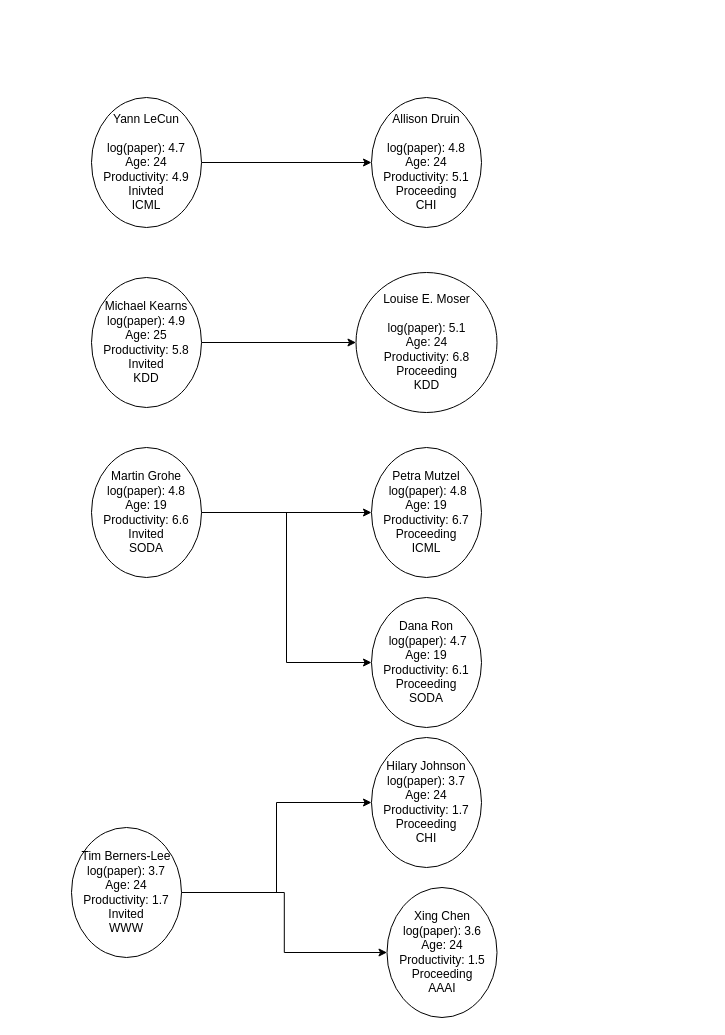
The draw.io diagram Similarity.drawio in mariespedersen/Thesis_github, before the edit. Source tidied: cells renumbered, new cells numbered last; positions are measured from the earlier drawing's top-left corner, leaving out a move shared by most shapes. Both pictures are drawn from the tidied source at 100%, with x=0, y=0 at pixel (71, 97).
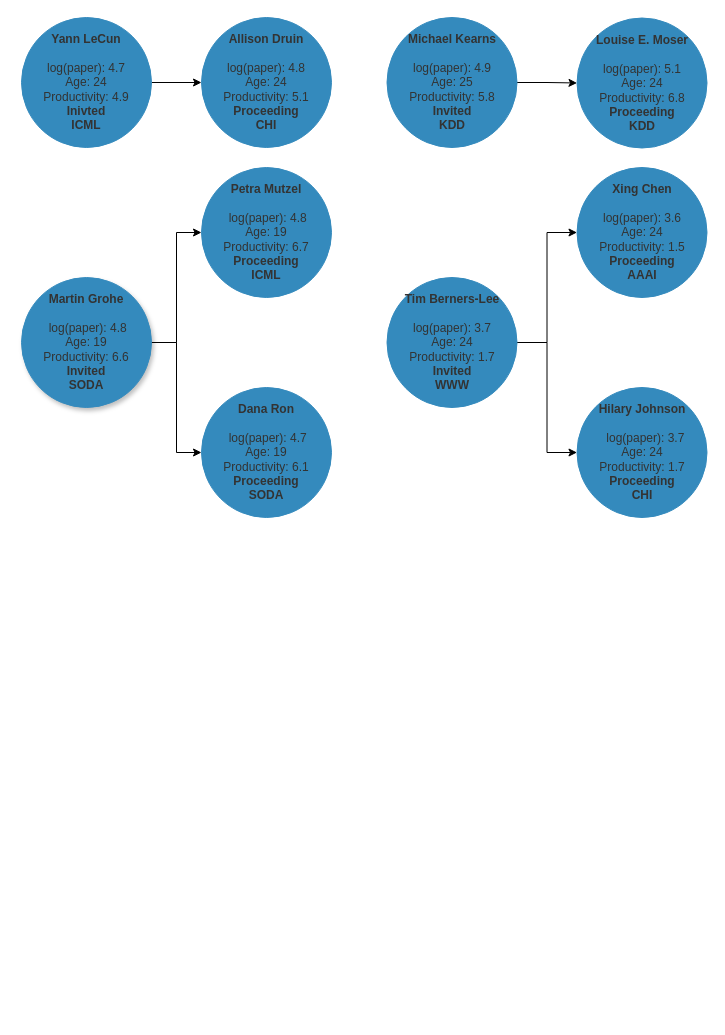
Above is the later version.

What changed in the source:
```diff
@@
 <mxGraphModel>
   <root>
     <mxCell id="0" />
     <mxCell id="1" parent="0" />
-    <mxCell id="2" style="edgeStyle=orthogonalEdgeStyle;rounded=0;jettySize=auto;html=1;entryX=0;entryY=0.5;entryDx=0;entryDy=0;" parent="1" edge="1" source="3" target="4">
+    <mxCell id="2" style="edgeStyle=orthogonalEdgeStyle;rounded=0;jettySize=auto;html=1;entryX=0;entryY=0.5;entryDx=0;entryDy=0;labelBackgroundColor=none;strokeColor=#000000;fontColor=#333333;" parent="1" edge="1" source="3" target="4">
       <mxGeometry relative="1" as="geometry" />
     </mxCell>
-    <mxCell id="3" value="Yann LeCun&lt;br&gt;&lt;br&gt;log(paper): 4.7&lt;br&gt;Age: 24&lt;br&gt;Productivity: 4.9&lt;br&gt;Inivted&lt;br&gt;ICML" style="ellipse;whiteSpace=wrap;html=1;" parent="1" vertex="1">
-      <mxGeometry x="20" width="110" height="130" as="geometry" />
+    <mxCell id="3" value="&lt;b&gt;Yann LeCun&lt;/b&gt;&lt;br&gt;&lt;br&gt;&lt;font&gt;log(paper): 4.7&lt;br&gt;Age: 24&lt;br&gt;Productivity: 4.9&lt;/font&gt;&lt;br&gt;&lt;b&gt;Inivted&lt;br&gt;ICML&lt;/b&gt;" style="ellipse;whiteSpace=wrap;html=1;labelBackgroundColor=none;fillColor=#348ABD;strokeColor=#348abd;fontColor=#333333;gradientColor=none;" parent="1" vertex="1">
+      <mxGeometry x="-50" y="-80" width="130" height="130" as="geometry" />
     </mxCell>
-    <mxCell id="4" value="Allison Druin&lt;br&gt;&lt;br&gt;log(paper): 4.8&lt;br&gt;Age: 24&lt;br&gt;Productivity: 5.1&lt;br&gt;Proceeding&lt;br&gt;CHI" style="ellipse;whiteSpace=wrap;html=1;" parent="1" vertex="1">
-      <mxGeometry x="300" width="110" height="130" as="geometry" />
+    <mxCell id="4" value="&lt;b&gt;Allison Druin&lt;/b&gt;&lt;br&gt;&lt;br&gt;&lt;font&gt;log(paper): 4.8&lt;br&gt;Age: 24&lt;br&gt;Productivity: 5.1&lt;/font&gt;&lt;br&gt;&lt;b&gt;Proceeding&lt;br&gt;CHI&lt;/b&gt;" style="ellipse;whiteSpace=wrap;html=1;labelBackgroundColor=none;fillColor=#348ABD;strokeColor=#348abd;fontColor=#333333;gradientColor=none;" parent="1" vertex="1">
+      <mxGeometry x="130" y="-80" width="130" height="130" as="geometry" />
     </mxCell>
-    <mxCell id="5" style="edgeStyle=orthogonalEdgeStyle;rounded=0;jettySize=auto;html=1;" parent="1" edge="1" source="6" target="7">
+    <mxCell id="5" style="edgeStyle=orthogonalEdgeStyle;rounded=0;jettySize=auto;html=1;labelBackgroundColor=none;strokeColor=#000000;fontColor=#333333;" parent="1" edge="1" source="6" target="7">
       <mxGeometry relative="1" as="geometry" />
     </mxCell>
-    <mxCell id="6" value="Michael Kearns&lt;br&gt;log(paper): 4.9&lt;br&gt;Age: 25&lt;br&gt;Productivity: 5.8&lt;br&gt;Invited&lt;br&gt;KDD" style="ellipse;whiteSpace=wrap;html=1;" parent="1" vertex="1">
-      <mxGeometry x="20" y="180" width="110" height="130" as="geometry" />
+    <mxCell id="6" value="&lt;b&gt;Michael Kearns&lt;/b&gt;&lt;br&gt;&lt;br&gt;log(paper): 4.9&lt;br&gt;Age: 25&lt;br&gt;Productivity: 5.8&lt;br&gt;&lt;b&gt;Invited&lt;br&gt;KDD&lt;/b&gt;" style="ellipse;whiteSpace=wrap;html=1;labelBackgroundColor=none;fillColor=#348ABD;strokeColor=#348abd;fontColor=#333333;gradientColor=none;" parent="1" vertex="1">
+      <mxGeometry x="315.5" y="-80" width="130" height="130" as="geometry" />
     </mxCell>
-    <mxCell id="7" value="Louise E. Moser&lt;br&gt;&lt;br&gt;log(paper): 5.1&lt;br&gt;Age: 24&lt;br&gt;Productivity: 6.8&lt;br&gt;Proceeding&lt;br&gt;KDD" style="ellipse;whiteSpace=wrap;html=1;" parent="1" vertex="1">
-      <mxGeometry x="284.5" y="175" width="141" height="140" as="geometry" />
+    <mxCell id="7" value="&lt;b&gt;Louise E. Moser&lt;/b&gt;&lt;br&gt;&lt;br&gt;log(paper): 5.1&lt;br&gt;Age: 24&lt;br&gt;Productivity: 6.8&lt;br&gt;&lt;b&gt;Proceeding&lt;br&gt;KDD&lt;/b&gt;" style="ellipse;whiteSpace=wrap;html=1;labelBackgroundColor=none;fillColor=#348ABD;strokeColor=#348abd;fontColor=#333333;gradientColor=none;" parent="1" vertex="1">
+      <mxGeometry x="505.5" y="-79.5" width="130" height="130" as="geometry" />
     </mxCell>
-    <mxCell id="8" style="edgeStyle=orthogonalEdgeStyle;rounded=0;jettySize=auto;html=1;entryX=0;entryY=0.5;entryDx=0;entryDy=0;" parent="1" edge="1" source="10" target="11">
+    <mxCell id="8" style="edgeStyle=orthogonalEdgeStyle;rounded=0;jettySize=auto;html=1;entryX=0;entryY=0.5;entryDx=0;entryDy=0;labelBackgroundColor=none;strokeColor=#000000;fontColor=#333333;" parent="1" edge="1" source="10" target="11">
       <mxGeometry relative="1" as="geometry" />
     </mxCell>
-    <mxCell id="9" style="edgeStyle=orthogonalEdgeStyle;rounded=0;jettySize=auto;html=1;exitX=1;exitY=0.5;exitDx=0;exitDy=0;entryX=0;entryY=0.5;entryDx=0;entryDy=0;" parent="1" edge="1" source="10" target="12">
+    <mxCell id="9" style="edgeStyle=orthogonalEdgeStyle;rounded=0;jettySize=auto;html=1;exitX=1;exitY=0.5;exitDx=0;exitDy=0;entryX=0;entryY=0.5;entryDx=0;entryDy=0;labelBackgroundColor=none;strokeColor=#000000;fontColor=#333333;" parent="1" edge="1" source="10" target="12">
       <mxGeometry relative="1" as="geometry" />
     </mxCell>
-    <mxCell id="10" value="Martin Grohe log(paper): 4.8&lt;br&gt;Age: 19&lt;br&gt;Productivity: 6.6&lt;br&gt;Invited&lt;br&gt;SODA" style="ellipse;whiteSpace=wrap;html=1;" parent="1" vertex="1">
-      <mxGeometry x="20" y="350" width="110" height="130" as="geometry" />
+    <mxCell id="10" value="&lt;b&gt;Martin Grohe&lt;br&gt;&lt;/b&gt;&lt;br&gt;&amp;nbsp;log(paper): 4.8&lt;br&gt;Age: 19&lt;br&gt;Productivity: 6.6&lt;br&gt;&lt;b&gt;Invited&lt;br&gt;SODA&lt;/b&gt;" style="ellipse;whiteSpace=wrap;html=1;labelBackgroundColor=none;fillColor=#348ABD;strokeColor=#348abd;fontColor=#333333;shadow=1;gradientColor=none;" parent="1" vertex="1">
+      <mxGeometry x="-50" y="180" width="130" height="130" as="geometry" />
     </mxCell>
-    <mxCell id="11" value="Petra Mutzel&lt;br&gt;&amp;nbsp;log(paper): 4.8&lt;br&gt;Age: 19&lt;br&gt;Productivity: 6.7&lt;br&gt;Proceeding&lt;br&gt;ICML" style="ellipse;whiteSpace=wrap;html=1;" parent="1" vertex="1">
-      <mxGeometry x="300" y="350" width="110" height="130" as="geometry" />
+    <mxCell id="11" value="&lt;b&gt;Petra Mutzel&lt;br&gt;&lt;/b&gt;&lt;br&gt;&amp;nbsp;log(paper): 4.8&lt;br&gt;Age: 19&lt;br&gt;Productivity: 6.7&lt;br&gt;&lt;b&gt;Proceeding&lt;br&gt;ICML&lt;/b&gt;" style="ellipse;whiteSpace=wrap;html=1;labelBackgroundColor=none;fillColor=#348ABD;strokeColor=#348abd;fontColor=#333333;gradientColor=none;" parent="1" vertex="1">
+      <mxGeometry x="130" y="70" width="130" height="130" as="geometry" />
     </mxCell>
-    <mxCell id="12" value="Dana Ron&lt;br&gt;&amp;nbsp;log(paper): 4.7&lt;br&gt;Age: 19&lt;br&gt;Productivity: 6.1&lt;br&gt;Proceeding&lt;br&gt;SODA" style="ellipse;whiteSpace=wrap;html=1;" parent="1" vertex="1">
-      <mxGeometry x="300" y="500" width="110" height="130" as="geometry" />
+    <mxCell id="12" value="&lt;b&gt;Dana Ron&lt;/b&gt;&lt;br&gt;&lt;br&gt;&amp;nbsp;log(paper): 4.7&lt;br&gt;Age: 19&lt;br&gt;Productivity: 6.1&lt;br&gt;&lt;b&gt;Proceeding&lt;br&gt;SODA&lt;/b&gt;" style="ellipse;whiteSpace=wrap;html=1;labelBackgroundColor=none;fillColor=#348ABD;strokeColor=#348abd;fontColor=#333333;gradientColor=none;" parent="1" vertex="1">
+      <mxGeometry x="130" y="290" width="130" height="130" as="geometry" />
     </mxCell>
-    <mxCell id="13" style="edgeStyle=orthogonalEdgeStyle;rounded=0;jettySize=auto;html=1;" parent="1" edge="1" source="15" target="16">
+    <mxCell id="13" style="edgeStyle=orthogonalEdgeStyle;rounded=0;jettySize=auto;html=1;labelBackgroundColor=none;strokeColor=#000000;fontColor=#333333;" parent="1" edge="1" source="15" target="16">
       <mxGeometry relative="1" as="geometry" />
     </mxCell>
-    <mxCell id="14" style="edgeStyle=orthogonalEdgeStyle;rounded=0;jettySize=auto;html=1;entryX=0;entryY=0.5;entryDx=0;entryDy=0;" parent="1" edge="1" source="15" target="17">
+    <mxCell id="14" style="edgeStyle=orthogonalEdgeStyle;rounded=0;jettySize=auto;html=1;entryX=0;entryY=0.5;entryDx=0;entryDy=0;labelBackgroundColor=none;strokeColor=#000000;fontColor=#333333;" parent="1" edge="1" source="15" target="17">
       <mxGeometry relative="1" as="geometry" />
     </mxCell>
-    <mxCell id="15" value="Tim Berners-Lee log(paper): 3.7&lt;br&gt;Age: 24&lt;br&gt;Productivity: 1.7&lt;br&gt;Invited&lt;br&gt;WWW" style="ellipse;whiteSpace=wrap;html=1;" parent="1" vertex="1">
-      <mxGeometry y="730" width="110" height="130" as="geometry" />
+    <mxCell id="15" value="&lt;b&gt;Tim Berners-Lee &lt;br&gt;&lt;/b&gt;&lt;br&gt;log(paper): 3.7&lt;br&gt;Age: 24&lt;br&gt;Productivity: 1.7&lt;br&gt;&lt;b&gt;Invited&lt;br&gt;WWW&lt;/b&gt;" style="ellipse;whiteSpace=wrap;html=1;labelBackgroundColor=none;fillColor=#348ABD;strokeColor=#348abd;fontColor=#333333;gradientColor=none;" parent="1" vertex="1">
+      <mxGeometry x="315.5" y="180" width="130" height="130" as="geometry" />
     </mxCell>
-    <mxCell id="16" value="Hilary Johnson log(paper): 3.7&lt;br&gt;Age: 24&lt;br&gt;Productivity: 1.7&lt;br&gt;Proceeding&lt;br&gt;CHI" style="ellipse;whiteSpace=wrap;html=1;" parent="1" vertex="1">
-      <mxGeometry x="300" y="640" width="110" height="130" as="geometry" />
+    <mxCell id="16" value="&lt;b&gt;Hilary Johnson&lt;br&gt;&lt;br&gt;&amp;nbsp;&amp;nbsp;&lt;/b&gt;log(paper): 3.7&lt;br&gt;Age: 24&lt;br&gt;Productivity: 1.7&lt;br&gt;&lt;b&gt;Proceeding&lt;br&gt;CHI&lt;/b&gt;" style="ellipse;whiteSpace=wrap;html=1;labelBackgroundColor=none;fillColor=#348ABD;strokeColor=#348abd;fontColor=#333333;gradientColor=none;" parent="1" vertex="1">
+      <mxGeometry x="505.5" y="290" width="130" height="130" as="geometry" />
     </mxCell>
-    <mxCell id="17" value="Xing Chen log(paper): 3.6&lt;br&gt;Age: 24&lt;br&gt;Productivity: 1.5&lt;br&gt;Proceeding&lt;br&gt;AAAI" style="ellipse;whiteSpace=wrap;html=1;" parent="1" vertex="1">
-      <mxGeometry x="315.5" y="790" width="110" height="130" as="geometry" />
+    <mxCell id="17" value="&lt;b&gt;Xing Chen &lt;br&gt;&lt;/b&gt;&lt;br&gt;log(paper): 3.6&lt;br&gt;Age: 24&lt;br&gt;Productivity: 1.5&lt;br&gt;&lt;b&gt;Proceeding&lt;br&gt;AAAI&lt;/b&gt;" style="ellipse;whiteSpace=wrap;html=1;labelBackgroundColor=none;fillColor=#348ABD;strokeColor=#348abd;fontColor=#333333;gradientColor=none;" parent="1" vertex="1">
+      <mxGeometry x="505.5" y="70" width="130" height="130" as="geometry" />
     </mxCell>
   </root>
 </mxGraphModel>
```
